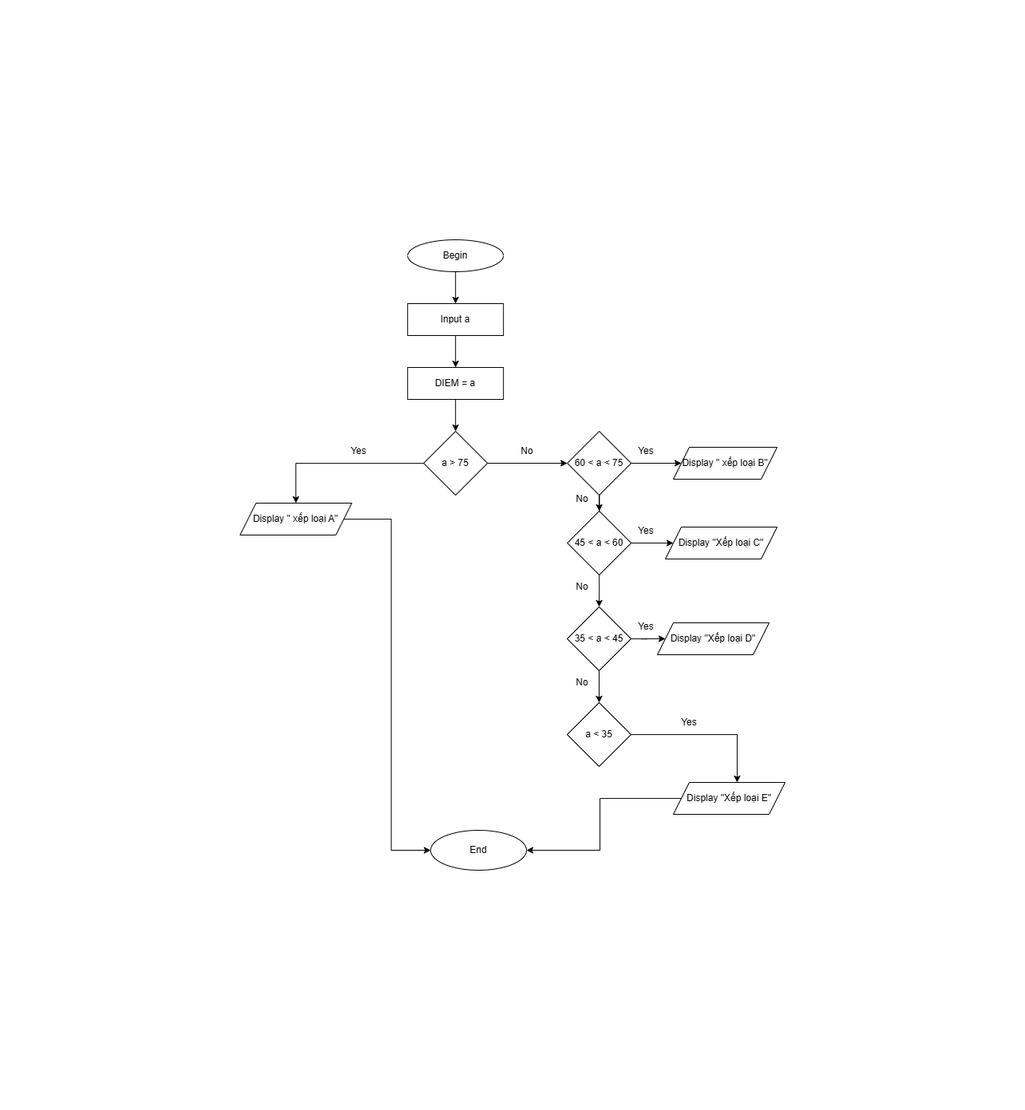
The draw.io diagram ss3_ma_gia_luu_do/[Bài tập] Mô tả thuật toán có cấu trúc điều kiện/Flowchart   Mô tả thuật toán có cấu trúc điều kiện.png in Khanh280/C01223G1-KieuQuocKhanh, before a commit. Source tidied: cells renumbered, new cells last; positions are measured from the earlier drawing's top-left corner, leaving out a move shared by most shapes.
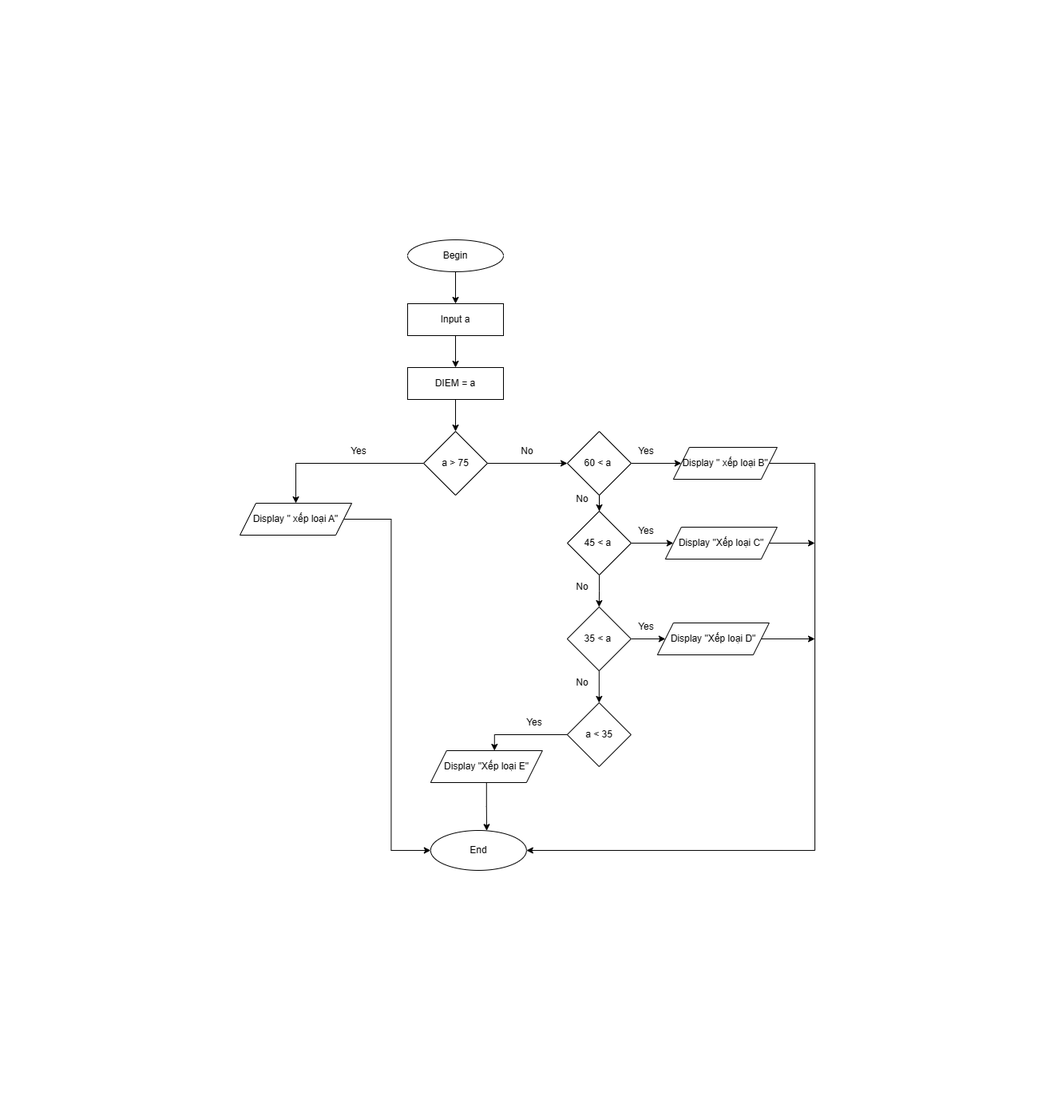
After the commit.

What changed in the source:
```diff
@@ -20,11 +20,11 @@
     <mxCell id="7" value="DIEM = a" style="rounded=0;whiteSpace=wrap;html=1;" parent="1" vertex="1">
       <mxGeometry x="210.2" y="160" width="120" height="40" as="geometry" />
     </mxCell>
-    <mxCell id="8" style="edgeStyle=orthogonalEdgeStyle;rounded=0;jettySize=auto;html=1;entryX=0;entryY=0.5;entryDx=0;entryDy=0;" parent="1" edge="1" target="16">
-      <mxGeometry relative="1" as="geometry">
-        <mxPoint x="310" y="280" as="sourcePoint" />
-      </mxGeometry>
-    </mxCell>
+    <mxCell id="39" style="edgeStyle=orthogonalEdgeStyle;rounded=0;jettySize=auto;html=1;entryX=0;entryY=0.5;entryDx=0;entryDy=0;" parent="1" edge="1" target="43">
+      <mxGeometry relative="1" as="geometry">
+        <mxPoint x="310" y="280" as="sourcePoint" />
+      </mxGeometry>
+    </mxCell>
     <mxCell id="9" style="edgeStyle=orthogonalEdgeStyle;rounded=0;jettySize=auto;html=1;entryX=0.5;entryY=0;entryDx=0;entryDy=0;" parent="1" edge="1" source="10" target="12">
       <mxGeometry relative="1" as="geometry" />
     </mxCell>
@@ -37,48 +37,66 @@
     <mxCell id="12" value="Display &quot; xếp loại A&quot;" style="shape=parallelogram;perimeter=parallelogramPerimeter;whiteSpace=wrap;html=1;fixedSize=1;" parent="1" vertex="1">
       <mxGeometry x="0.2" y="330" width="140" height="40" as="geometry" />
     </mxCell>
-    <mxCell id="13" value="Yes" style="text;html=1;strokeColor=none;fillColor=none;align=center;verticalAlign=middle;whiteSpace=wrap;rounded=0;" parent="1" vertex="1">
-      <mxGeometry x="119" y="250" width="60" height="30" as="geometry" />
-    </mxCell>
-    <mxCell id="14" style="edgeStyle=orthogonalEdgeStyle;rounded=0;jettySize=auto;html=1;entryX=0;entryY=0.5;entryDx=0;entryDy=0;" parent="1" edge="1" source="16" target="17">
-      <mxGeometry relative="1" as="geometry" />
-    </mxCell>
-    <mxCell id="15" style="edgeStyle=orthogonalEdgeStyle;rounded=0;jettySize=auto;html=1;entryX=0.5;entryY=0;entryDx=0;entryDy=0;" parent="1" edge="1" source="16" target="22">
-      <mxGeometry relative="1" as="geometry" />
-    </mxCell>
-    <mxCell id="16" value="60 &amp;lt; a &amp;lt; 75" style="rhombus;whiteSpace=wrap;html=1;" parent="1" vertex="1">
-      <mxGeometry x="410.2" y="240" width="80" height="80" as="geometry" />
-    </mxCell>
+    <mxCell id="40" value="Yes" style="text;html=1;strokeColor=none;fillColor=none;align=center;verticalAlign=middle;whiteSpace=wrap;rounded=0;" parent="1" vertex="1">
+      <mxGeometry x="119" y="250" width="60" height="30" as="geometry" />
+    </mxCell>
+    <mxCell id="41" style="edgeStyle=orthogonalEdgeStyle;rounded=0;jettySize=auto;html=1;entryX=0;entryY=0.5;entryDx=0;entryDy=0;" parent="1" edge="1" source="43" target="17">
+      <mxGeometry relative="1" as="geometry" />
+    </mxCell>
+    <mxCell id="42" style="edgeStyle=orthogonalEdgeStyle;rounded=0;jettySize=auto;html=1;entryX=0.5;entryY=0;entryDx=0;entryDy=0;" parent="1" edge="1" source="43" target="49">
+      <mxGeometry relative="1" as="geometry" />
+    </mxCell>
+    <mxCell id="43" value="60 &amp;lt; a&amp;nbsp;" style="rhombus;whiteSpace=wrap;html=1;" parent="1" vertex="1">
+      <mxGeometry x="410.2" y="240" width="80" height="80" as="geometry" />
+    </mxCell>
+    <mxCell id="44" style="edgeStyle=orthogonalEdgeStyle;rounded=0;jettySize=auto;html=1;entryX=1;entryY=0.5;entryDx=0;entryDy=0;" parent="1" edge="1" source="17" target="38">
+      <mxGeometry relative="1" as="geometry">
+        <Array as="points">
+          <mxPoint x="720.2" y="280" />
+          <mxPoint x="720.2" y="765" />
+        </Array>
+      </mxGeometry>
+    </mxCell>
     <mxCell id="17" value="Display &quot; xếp loại B&quot;" style="shape=parallelogram;perimeter=parallelogramPerimeter;whiteSpace=wrap;html=1;fixedSize=1;" parent="1" vertex="1">
       <mxGeometry x="543" y="260" width="130" height="40" as="geometry" />
     </mxCell>
-    <mxCell id="18" value="No" style="text;html=1;strokeColor=none;fillColor=none;align=center;verticalAlign=middle;whiteSpace=wrap;rounded=0;" parent="1" vertex="1">
-      <mxGeometry x="330.2" y="250" width="60" height="30" as="geometry" />
-    </mxCell>
-    <mxCell id="19" value="Yes" style="text;html=1;strokeColor=none;fillColor=none;align=center;verticalAlign=middle;whiteSpace=wrap;rounded=0;" parent="1" vertex="1">
-      <mxGeometry x="479" y="250" width="60" height="30" as="geometry" />
-    </mxCell>
-    <mxCell id="20" style="edgeStyle=orthogonalEdgeStyle;rounded=0;jettySize=auto;html=1;entryX=0.5;entryY=0;entryDx=0;entryDy=0;" parent="1" edge="1" source="22" target="26">
-      <mxGeometry relative="1" as="geometry" />
-    </mxCell>
-    <mxCell id="21" style="edgeStyle=orthogonalEdgeStyle;rounded=0;jettySize=auto;html=1;entryX=0;entryY=0.5;entryDx=0;entryDy=0;" parent="1" edge="1" source="22" target="23">
-      <mxGeometry relative="1" as="geometry" />
-    </mxCell>
-    <mxCell id="22" value="45 &amp;lt; a &amp;lt; 60" style="rhombus;whiteSpace=wrap;html=1;" parent="1" vertex="1">
-      <mxGeometry x="410.2" y="340" width="80" height="80" as="geometry" />
-    </mxCell>
+    <mxCell id="45" value="No" style="text;html=1;strokeColor=none;fillColor=none;align=center;verticalAlign=middle;whiteSpace=wrap;rounded=0;" parent="1" vertex="1">
+      <mxGeometry x="330.2" y="250" width="60" height="30" as="geometry" />
+    </mxCell>
+    <mxCell id="46" value="Yes" style="text;html=1;strokeColor=none;fillColor=none;align=center;verticalAlign=middle;whiteSpace=wrap;rounded=0;" parent="1" vertex="1">
+      <mxGeometry x="479" y="250" width="60" height="30" as="geometry" />
+    </mxCell>
+    <mxCell id="47" style="edgeStyle=orthogonalEdgeStyle;rounded=0;jettySize=auto;html=1;entryX=0.5;entryY=0;entryDx=0;entryDy=0;" parent="1" edge="1" source="49" target="53">
+      <mxGeometry relative="1" as="geometry" />
+    </mxCell>
+    <mxCell id="48" style="edgeStyle=orthogonalEdgeStyle;rounded=0;jettySize=auto;html=1;entryX=0;entryY=0.5;entryDx=0;entryDy=0;" parent="1" edge="1" source="49" target="23">
+      <mxGeometry relative="1" as="geometry" />
+    </mxCell>
+    <mxCell id="49" value="45 &amp;lt; a&amp;nbsp;" style="rhombus;whiteSpace=wrap;html=1;" parent="1" vertex="1">
+      <mxGeometry x="410.2" y="340" width="80" height="80" as="geometry" />
+    </mxCell>
+    <mxCell id="50" style="edgeStyle=orthogonalEdgeStyle;rounded=0;jettySize=auto;html=1;" parent="1" edge="1" source="23">
+      <mxGeometry relative="1" as="geometry">
+        <mxPoint x="720.2" y="380" as="targetPoint" />
+      </mxGeometry>
+    </mxCell>
     <mxCell id="23" value="Display &quot;Xếp loại C&quot;" style="shape=parallelogram;perimeter=parallelogramPerimeter;whiteSpace=wrap;html=1;fixedSize=1;" parent="1" vertex="1">
       <mxGeometry x="533" y="360" width="140" height="40" as="geometry" />
     </mxCell>
-    <mxCell id="24" style="edgeStyle=orthogonalEdgeStyle;rounded=0;jettySize=auto;html=1;entryX=0.5;entryY=0;entryDx=0;entryDy=0;" parent="1" edge="1" source="26" target="29">
-      <mxGeometry relative="1" as="geometry" />
-    </mxCell>
-    <mxCell id="25" style="edgeStyle=orthogonalEdgeStyle;rounded=0;jettySize=auto;html=1;entryX=0;entryY=0.5;entryDx=0;entryDy=0;" parent="1" edge="1" source="26" target="27">
-      <mxGeometry relative="1" as="geometry" />
-    </mxCell>
-    <mxCell id="26" value="35 &amp;lt; a &amp;lt; 45" style="rhombus;whiteSpace=wrap;html=1;" parent="1" vertex="1">
-      <mxGeometry x="410" y="460" width="80" height="80" as="geometry" />
-    </mxCell>
+    <mxCell id="51" style="edgeStyle=orthogonalEdgeStyle;rounded=0;jettySize=auto;html=1;entryX=0.5;entryY=0;entryDx=0;entryDy=0;" parent="1" edge="1" source="53" target="29">
+      <mxGeometry relative="1" as="geometry" />
+    </mxCell>
+    <mxCell id="52" style="edgeStyle=orthogonalEdgeStyle;rounded=0;jettySize=auto;html=1;entryX=0;entryY=0.5;entryDx=0;entryDy=0;" parent="1" edge="1" source="53" target="27">
+      <mxGeometry relative="1" as="geometry" />
+    </mxCell>
+    <mxCell id="53" value="35 &amp;lt; a&amp;nbsp;" style="rhombus;whiteSpace=wrap;html=1;" parent="1" vertex="1">
+      <mxGeometry x="410" y="460" width="80" height="80" as="geometry" />
+    </mxCell>
+    <mxCell id="54" style="edgeStyle=orthogonalEdgeStyle;rounded=0;jettySize=auto;html=1;" parent="1" edge="1" source="27">
+      <mxGeometry relative="1" as="geometry">
+        <mxPoint x="720.2" y="500" as="targetPoint" />
+      </mxGeometry>
+    </mxCell>
     <mxCell id="27" value="Display &quot;Xếp loại D&quot;" style="shape=parallelogram;perimeter=parallelogramPerimeter;whiteSpace=wrap;html=1;fixedSize=1;" parent="1" vertex="1">
       <mxGeometry x="523" y="480" width="140" height="40" as="geometry" />
     </mxCell>
@@ -88,30 +106,30 @@
     <mxCell id="29" value="a &amp;lt; 35" style="rhombus;whiteSpace=wrap;html=1;" parent="1" vertex="1">
       <mxGeometry x="410" y="580" width="80" height="80" as="geometry" />
     </mxCell>
-    <mxCell id="30" style="edgeStyle=orthogonalEdgeStyle;rounded=0;jettySize=auto;html=1;entryX=1;entryY=0.5;entryDx=0;entryDy=0;" parent="1" edge="1" source="31" target="38">
+    <mxCell id="30" style="edgeStyle=orthogonalEdgeStyle;rounded=0;jettySize=auto;html=1;entryX=0.585;entryY=0.007;entryDx=0;entryDy=0;entryPerimeter=0;" parent="1" edge="1" source="31" target="38">
       <mxGeometry relative="1" as="geometry" />
     </mxCell>
     <mxCell id="31" value="Display &quot;Xếp loại E&quot;" style="shape=parallelogram;perimeter=parallelogramPerimeter;whiteSpace=wrap;html=1;fixedSize=1;" parent="1" vertex="1">
-      <mxGeometry x="543" y="680" width="140" height="40" as="geometry" />
+      <mxGeometry x="239" y="640" width="140" height="40" as="geometry" />
     </mxCell>
-    <mxCell id="32" value="No" style="text;html=1;strokeColor=none;fillColor=none;align=center;verticalAlign=middle;whiteSpace=wrap;rounded=0;" parent="1" vertex="1">
-      <mxGeometry x="399" y="310" width="60" height="30" as="geometry" />
-    </mxCell>
-    <mxCell id="33" value="No" style="text;html=1;strokeColor=none;fillColor=none;align=center;verticalAlign=middle;whiteSpace=wrap;rounded=0;" parent="1" vertex="1">
-      <mxGeometry x="399" y="420" width="60" height="30" as="geometry" />
-    </mxCell>
-    <mxCell id="34" value="No" style="text;html=1;strokeColor=none;fillColor=none;align=center;verticalAlign=middle;whiteSpace=wrap;rounded=0;" parent="1" vertex="1">
-      <mxGeometry x="399" y="540" width="60" height="30" as="geometry" />
-    </mxCell>
-    <mxCell id="35" value="Yes" style="text;html=1;strokeColor=none;fillColor=none;align=center;verticalAlign=middle;whiteSpace=wrap;rounded=0;" parent="1" vertex="1">
-      <mxGeometry x="479" y="350" width="60" height="30" as="geometry" />
-    </mxCell>
-    <mxCell id="36" value="Yes" style="text;html=1;strokeColor=none;fillColor=none;align=center;verticalAlign=middle;whiteSpace=wrap;rounded=0;" parent="1" vertex="1">
-      <mxGeometry x="479" y="470" width="60" height="30" as="geometry" />
-    </mxCell>
-    <mxCell id="37" value="Yes" style="text;html=1;strokeColor=none;fillColor=none;align=center;verticalAlign=middle;whiteSpace=wrap;rounded=0;" parent="1" vertex="1">
-      <mxGeometry x="533" y="590" width="60" height="30" as="geometry" />
-    </mxCell>
+    <mxCell id="55" value="No" style="text;html=1;strokeColor=none;fillColor=none;align=center;verticalAlign=middle;whiteSpace=wrap;rounded=0;" parent="1" vertex="1">
+      <mxGeometry x="399" y="310" width="60" height="30" as="geometry" />
+    </mxCell>
+    <mxCell id="56" value="No" style="text;html=1;strokeColor=none;fillColor=none;align=center;verticalAlign=middle;whiteSpace=wrap;rounded=0;" parent="1" vertex="1">
+      <mxGeometry x="399" y="420" width="60" height="30" as="geometry" />
+    </mxCell>
+    <mxCell id="57" value="No" style="text;html=1;strokeColor=none;fillColor=none;align=center;verticalAlign=middle;whiteSpace=wrap;rounded=0;" parent="1" vertex="1">
+      <mxGeometry x="399" y="540" width="60" height="30" as="geometry" />
+    </mxCell>
+    <mxCell id="58" value="Yes" style="text;html=1;strokeColor=none;fillColor=none;align=center;verticalAlign=middle;whiteSpace=wrap;rounded=0;" parent="1" vertex="1">
+      <mxGeometry x="479" y="350" width="60" height="30" as="geometry" />
+    </mxCell>
+    <mxCell id="59" value="Yes" style="text;html=1;strokeColor=none;fillColor=none;align=center;verticalAlign=middle;whiteSpace=wrap;rounded=0;" parent="1" vertex="1">
+      <mxGeometry x="479" y="470" width="60" height="30" as="geometry" />
+    </mxCell>
+    <mxCell id="60" value="Yes" style="text;html=1;strokeColor=none;fillColor=none;align=center;verticalAlign=middle;whiteSpace=wrap;rounded=0;" parent="1" vertex="1">
+      <mxGeometry x="339" y="590" width="60" height="30" as="geometry" />
+    </mxCell>
     <mxCell id="38" value="End" style="ellipse;whiteSpace=wrap;html=1;" parent="1" vertex="1">
       <mxGeometry x="239" y="740" width="120" height="50" as="geometry" />
     </mxCell>
```
